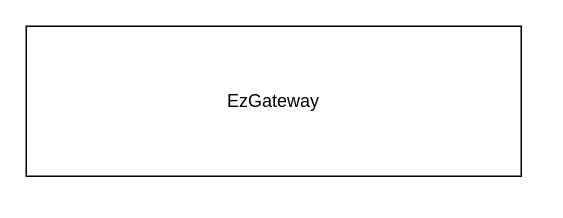
Before: page "Page-6" (6 of 6) of 交易系统升级流图 (2).drawio in gotrade/gotrade, a draw.io diagram. Source tidied: cells renumbered, new cells numbered last; positions are measured from the earlier drawing's top-left corner, leaving out a move shared by most shapes. Both pictures are drawn from the tidied source at 150%, with x=0, y=0 at pixel (26, 26).
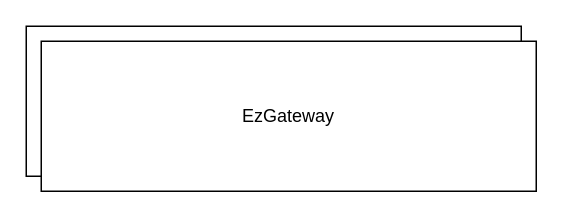
Above is the later version.

Change to the diagram source:
```diff
@@
 <mxGraphModel>
   <root>
     <mxCell id="0" />
     <mxCell id="1" parent="0" />
     <mxCell id="2" value="EzGateway" style="rounded=0;whiteSpace=wrap;html=1;gradientColor=none;fontColor=none;" parent="1" vertex="1">
       <mxGeometry width="330" height="100" as="geometry" />
     </mxCell>
+    <mxCell id="3" value="EzGateway" style="rounded=0;whiteSpace=wrap;html=1;gradientColor=none;fontColor=none;" parent="1" vertex="1">
+      <mxGeometry x="10" y="10" width="330" height="100" as="geometry" />
+    </mxCell>
   </root>
 </mxGraphModel>
```
